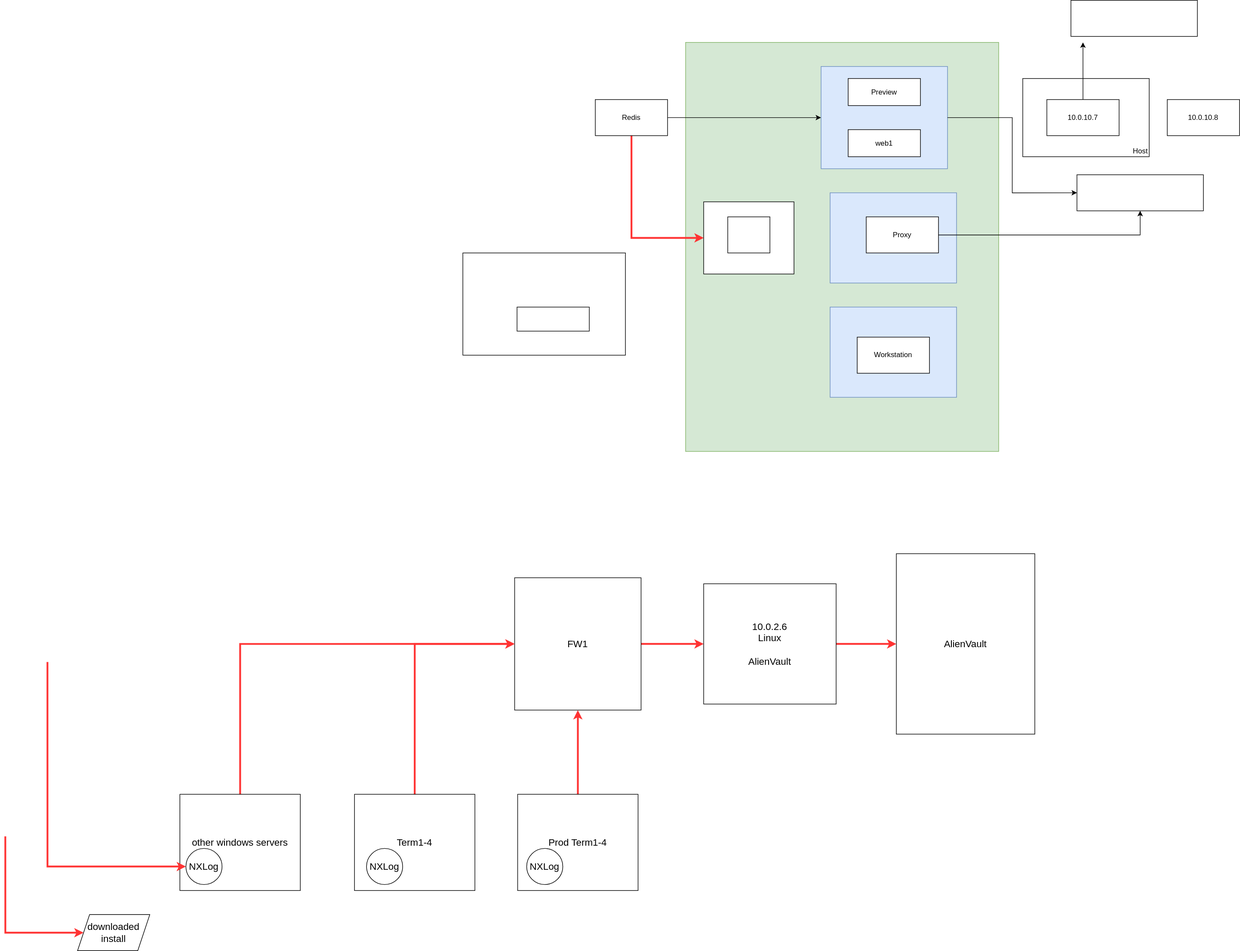
The draw.io diagram fwissue.svg in vjavle/invoicecloud, before a commit. Source tidied: cells renumbered, new cells last; positions are measured from the earlier drawing's top-left corner, leaving out a move shared by most shapes.
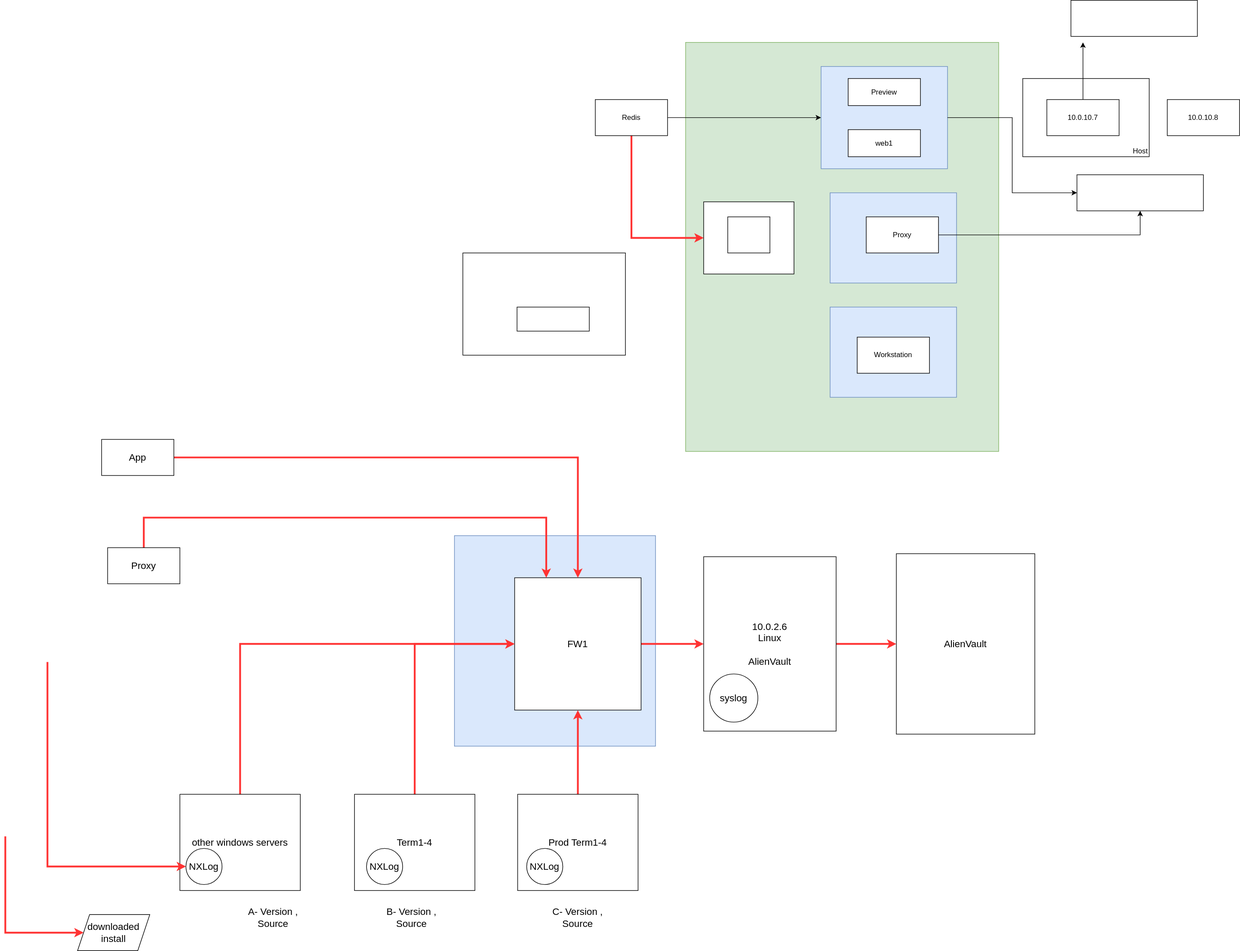
Later version of the same file.

What changed in the source:
```diff
@@ -2,6 +2,9 @@
   <root>
     <mxCell id="0" />
     <mxCell id="1" parent="0" />
+    <mxCell id="42" style="rounded=0;whiteSpace=wrap;html=1;fontSize=16;fillColor=#dae8fc;strokeColor=#6c8ebf;" parent="1" vertex="1">
+      <mxGeometry x="746" y="890" width="334" height="350" as="geometry" />
+    </mxCell>
     <mxCell id="2" value="Host" style="rounded=0;whiteSpace=wrap;html=1;verticalAlign=bottom;align=right;" parent="1" vertex="1">
       <mxGeometry x="1690" y="130" width="210" height="130" as="geometry" />
     </mxCell>
@@ -87,7 +90,7 @@
       <mxGeometry relative="1" as="geometry" />
     </mxCell>
     <mxCell id="28" value="10.0.2.6&lt;br style=&quot;font-size: 16px;&quot;&gt;Linux&lt;br style=&quot;font-size: 16px;&quot;&gt;&lt;br style=&quot;font-size: 16px;&quot;&gt;AlienVault" style="rounded=0;whiteSpace=wrap;html=1;fontSize=16;" parent="1" vertex="1">
-      <mxGeometry x="1160" y="970" width="220" height="200" as="geometry" />
+      <mxGeometry x="1160" y="925" width="220" height="290" as="geometry" />
     </mxCell>
     <mxCell id="29" value="AlienVault" style="rounded=0;whiteSpace=wrap;html=1;fontSize=16;" parent="1" vertex="1">
       <mxGeometry x="1480" y="920" width="230" height="300" as="geometry" />
@@ -136,5 +139,34 @@
     <mxCell id="41" value="downloaded install" style="shape=parallelogram;perimeter=parallelogramPerimeter;whiteSpace=wrap;html=1;fixedSize=1;fontSize=16;" parent="1" vertex="1">
       <mxGeometry x="120" y="1520" width="120" height="60" as="geometry" />
     </mxCell>
+    <mxCell id="43" value="A- Version , Source" style="text;html=1;strokeColor=none;fillColor=none;align=center;verticalAlign=middle;whiteSpace=wrap;rounded=0;fontSize=16;" parent="1" vertex="1">
+      <mxGeometry x="390" y="1510" width="110" height="30" as="geometry" />
+    </mxCell>
+    <mxCell id="44" value="B- Version , Source" style="text;html=1;strokeColor=none;fillColor=none;align=center;verticalAlign=middle;whiteSpace=wrap;rounded=0;fontSize=16;" parent="1" vertex="1">
+      <mxGeometry x="620" y="1510" width="110" height="30" as="geometry" />
+    </mxCell>
+    <mxCell id="45" value="C- Version , Source" style="text;html=1;strokeColor=none;fillColor=none;align=center;verticalAlign=middle;whiteSpace=wrap;rounded=0;fontSize=16;" parent="1" vertex="1">
+      <mxGeometry x="896" y="1510" width="110" height="30" as="geometry" />
+    </mxCell>
+    <mxCell id="46" value="syslog" style="ellipse;whiteSpace=wrap;html=1;fontSize=16;" parent="1" vertex="1">
+      <mxGeometry x="1170" y="1120" width="80" height="80" as="geometry" />
+    </mxCell>
+    <mxCell id="47" style="edgeStyle=orthogonalEdgeStyle;rounded=0;jettySize=auto;html=1;fontSize=16;startArrow=none;startFill=0;endArrow=classic;endFill=1;strokeColor=#FF3333;strokeWidth=3;" parent="1" edge="1" source="48" target="26">
+      <mxGeometry relative="1" as="geometry" />
+    </mxCell>
+    <mxCell id="48" value="App" style="rounded=0;whiteSpace=wrap;html=1;fontSize=16;" parent="1" vertex="1">
+      <mxGeometry x="160" y="730" width="120" height="60" as="geometry" />
+    </mxCell>
+    <mxCell id="49" style="edgeStyle=orthogonalEdgeStyle;rounded=0;jettySize=auto;html=1;fontSize=16;startArrow=none;startFill=0;endArrow=classic;endFill=1;strokeColor=#FF3333;strokeWidth=3;entryX=0.25;entryY=0;entryDx=0;entryDy=0;" parent="1" edge="1" source="50" target="26">
+      <mxGeometry relative="1" as="geometry">
+        <Array as="points">
+          <mxPoint x="230" y="860" />
+          <mxPoint x="899" y="860" />
+        </Array>
+      </mxGeometry>
+    </mxCell>
+    <mxCell id="50" value="Proxy" style="rounded=0;whiteSpace=wrap;html=1;fontSize=16;" parent="1" vertex="1">
+      <mxGeometry x="170" y="910" width="120" height="60" as="geometry" />
+    </mxCell>
   </root>
 </mxGraphModel>
```
